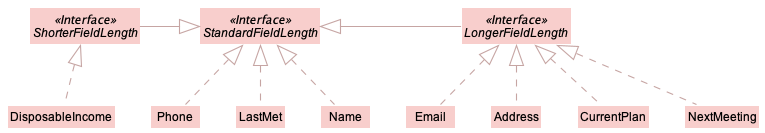
This is docs/images/FieldLengthDiagram.png from nus-cs2103-AY2122S1/tp, a PlantUML export, as it was before one commit.
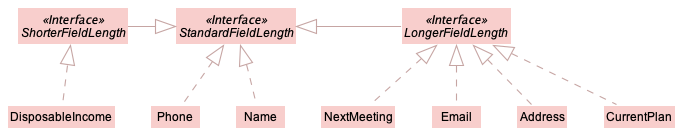
Later version of the same file.

Diff of the diagram source:
```diff
@@ -17,7 +17,6 @@
 Phone .up.|> StandardFieldLength
 CurrentPlan .up.|> LongerFieldLength
 DisposableIncome .up.|> ShorterFieldLength
-LastMet .up.|> StandardFieldLength
 NextMeeting .up.|> LongerFieldLength
 
 @enduml
```
